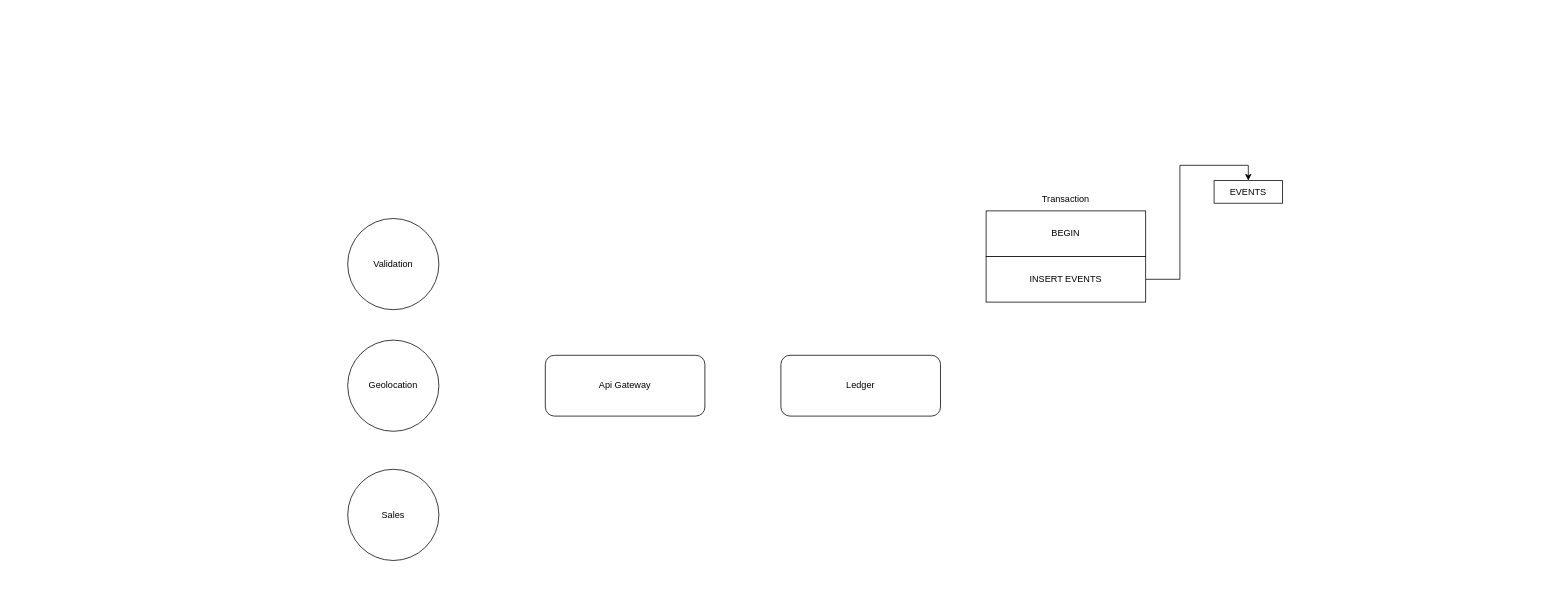
Above: Case Ledger Eventsourcing.drawio in andrelucasti/homelab (draw.io), before the change. Source tidied: cells renumbered, new cells numbered last; positions are measured from the earlier drawing's top-left corner, leaving out a move shared by most shapes. Both pictures are drawn from the tidied source at 76%, with x=0, y=0 at pixel (347, 180).
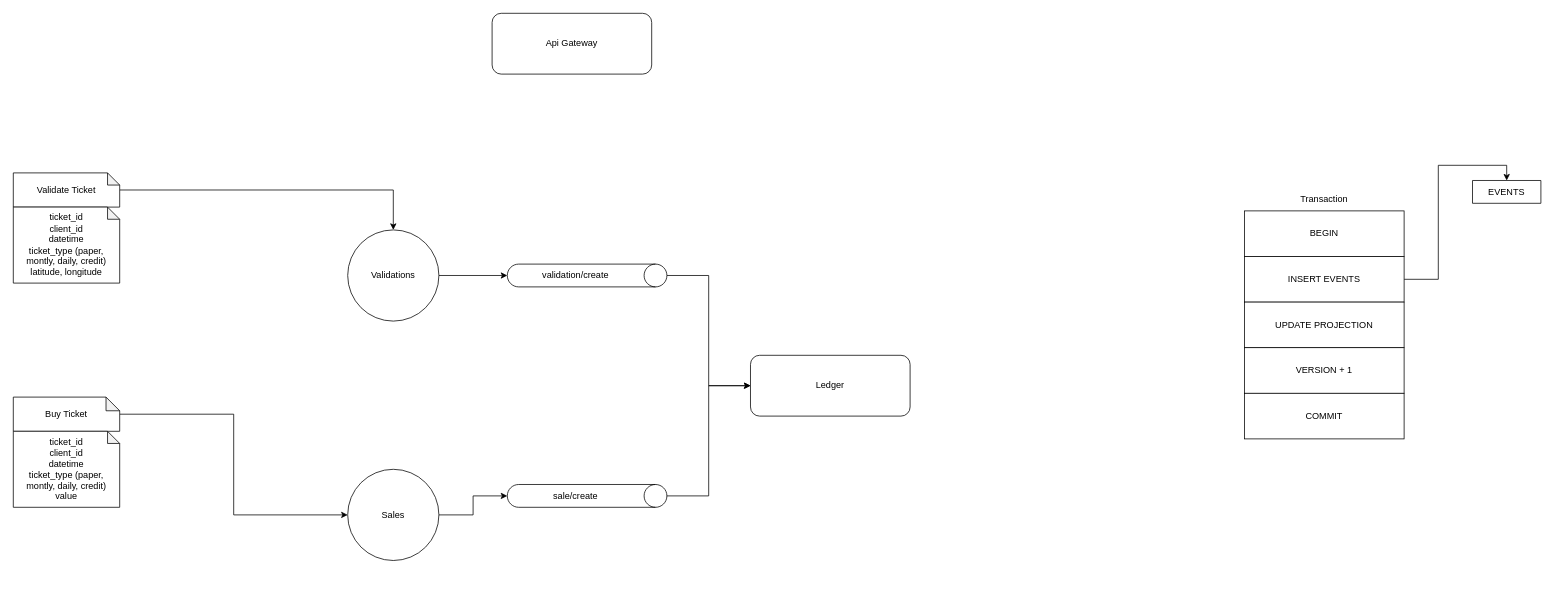
Above is the later version.

The change refers to these unchanged cells:
```xml
<mxCell id="4" value="Sales" style="ellipse;whiteSpace=wrap;html=1;shapeInside=1;" parent="1" vertex="1">
  <mxGeometry y="380" width="120" height="120" as="geometry" />
</mxCell>
```

Change to the diagram source:
```diff
@@
     <mxCell id="2" value="Ledger" style="rounded=1;whiteSpace=wrap;html=1;" parent="1" vertex="1">
-      <mxGeometry x="570" y="230" width="210" height="80" as="geometry" />
+      <mxGeometry x="530" y="230" width="210" height="80" as="geometry" />
     </mxCell>
     <mxCell id="3" value="Api Gateway" style="rounded=1;whiteSpace=wrap;html=1;" parent="1" vertex="1">
-      <mxGeometry x="260" y="230" width="210" height="80" as="geometry" />
+      <mxGeometry x="190" y="-220" width="210" height="80" as="geometry" />
     </mxCell>
+    <mxCell id="12" style="edgeStyle=orthogonalEdgeStyle;rounded=0;jettySize=auto;html=1;" parent="1" edge="1" source="4" target="28">
+      <mxGeometry relative="1" as="geometry" />
+    </mxCell>
@@
-    <mxCell id="5" value="Geolocation" style="ellipse;whiteSpace=wrap;html=1;shapeInside=1;" parent="1" vertex="1">
-      <mxGeometry y="210" width="120" height="120" as="geometry" />
-    </mxCell>
-    <mxCell id="6" value="Validation" style="ellipse;whiteSpace=wrap;html=1;shapeInside=1;" parent="1" vertex="1">
-      <mxGeometry y="50" width="120" height="120" as="geometry" />
+    <mxCell id="6" value="Validations" style="ellipse;whiteSpace=wrap;html=1;shapeInside=1;" parent="1" vertex="1">
+      <mxGeometry y="65" width="120" height="120" as="geometry" />
     </mxCell>
     <mxCell id="7" value="Transaction" style="text;html=1;whiteSpace=wrap;strokeColor=none;fillColor=none;align=center;verticalAlign=middle;rounded=0;" parent="1" vertex="1">
-      <mxGeometry x="865" y="10" width="160" height="30" as="geometry" />
+      <mxGeometry x="1205" y="10" width="160" height="30" as="geometry" />
     </mxCell>
@@
     <mxCell id="9" value="INSERT EVENTS" style="rounded=0;whiteSpace=wrap;html=1;" parent="1" vertex="1">
-      <mxGeometry x="840" y="100" width="210" height="60" as="geometry" />
+      <mxGeometry x="1180" y="100" width="210" height="60" as="geometry" />
     </mxCell>
     <mxCell id="10" value="BEGIN" style="rounded=0;whiteSpace=wrap;html=1;" parent="1" vertex="1">
-      <mxGeometry x="840" y="40" width="210" height="60" as="geometry" />
+      <mxGeometry x="1180" y="40" width="210" height="60" as="geometry" />
     </mxCell>
     <mxCell id="11" value="EVENTS" style="swimlane;fontStyle=0;horizontal=1;startSize=30;whiteSpace=wrap;html=1;" parent="1" vertex="1" collapsed="1">
-      <mxGeometry x="1140" width="90" height="30" as="geometry" />
+      <mxGeometry x="1480" width="90" height="30" as="geometry" />
     </mxCell>
+    <mxCell id="13" value="UPDATE PROJECTION" style="rounded=0;whiteSpace=wrap;html=1;" parent="1" vertex="1">
+      <mxGeometry x="1180" y="160" width="210" height="60" as="geometry" />
+    </mxCell>
+    <mxCell id="14" value="VERSION + 1" style="rounded=0;whiteSpace=wrap;html=1;" parent="1" vertex="1">
+      <mxGeometry x="1180" y="220" width="210" height="60" as="geometry" />
+    </mxCell>
+    <mxCell id="15" value="COMMIT" style="rounded=0;whiteSpace=wrap;html=1;" parent="1" vertex="1">
+      <mxGeometry x="1180" y="280" width="210" height="60" as="geometry" />
+    </mxCell>
+    <mxCell id="16" style="edgeStyle=orthogonalEdgeStyle;rounded=0;jettySize=auto;html=1;entryX=0;entryY=0.5;entryDx=0;entryDy=0;" parent="1" edge="1" source="25" target="2">
+      <mxGeometry relative="1" as="geometry" />
+    </mxCell>
+    <mxCell id="17" style="edgeStyle=orthogonalEdgeStyle;rounded=0;jettySize=auto;html=1;entryX=0.5;entryY=1;entryDx=0;entryDy=0;entryPerimeter=0;" parent="1" edge="1" source="6" target="25">
+      <mxGeometry relative="1" as="geometry" />
+    </mxCell>
+    <mxCell id="18" style="edgeStyle=orthogonalEdgeStyle;rounded=0;jettySize=auto;html=1;" parent="1" edge="1" source="19" target="6">
+      <mxGeometry relative="1" as="geometry" />
+    </mxCell>
+    <mxCell id="19" value="Validate Ticket" style="shape=note;whiteSpace=wrap;html=1;backgroundOutline=1;darkOpacity=0.05;align=center;size=16;" parent="1" vertex="1">
+      <mxGeometry x="-440" y="-10" width="140" height="45" as="geometry" />
+    </mxCell>
+    <mxCell id="20" style="edgeStyle=orthogonalEdgeStyle;rounded=0;jettySize=auto;html=1;entryX=0;entryY=0.5;entryDx=0;entryDy=0;" parent="1" edge="1" source="21" target="4">
+      <mxGeometry relative="1" as="geometry" />
+    </mxCell>
+    <mxCell id="21" value="Buy Ticket" style="shape=note;whiteSpace=wrap;html=1;backgroundOutline=1;darkOpacity=0.05;align=center;size=18;" parent="1" vertex="1">
+      <mxGeometry x="-440" y="285" width="140" height="45" as="geometry" />
+    </mxCell>
+    <mxCell id="22" value="ticket_id&lt;div&gt;client_id&lt;br&gt;&lt;div&gt;datetime&lt;/div&gt;&lt;div&gt;ticket_type (paper, montly, daily, credit)&lt;/div&gt;&lt;div&gt;latitude, longitude&lt;/div&gt;&lt;/div&gt;" style="shape=note;whiteSpace=wrap;html=1;backgroundOutline=1;darkOpacity=0.05;align=center;size=16;" parent="1" vertex="1">
+      <mxGeometry x="-440" y="35" width="140" height="100" as="geometry" />
+    </mxCell>
+    <mxCell id="23" value="ticket_id&lt;div&gt;client_id&lt;br&gt;&lt;div&gt;datetime&lt;/div&gt;&lt;div&gt;ticket_type (paper, montly, daily, credit)&lt;br&gt;&lt;/div&gt;&lt;div&gt;value&lt;/div&gt;&lt;/div&gt;" style="shape=note;whiteSpace=wrap;html=1;backgroundOutline=1;darkOpacity=0.05;align=center;size=16;" parent="1" vertex="1">
+      <mxGeometry x="-440" y="330" width="140" height="100" as="geometry" />
+    </mxCell>
+    <mxCell id="24" style="group;" parent="1" vertex="1">
+      <mxGeometry x="270" y="20" width="60" height="210" as="geometry" />
+    </mxCell>
+    <mxCell id="25" style="shape=cylinder3;whiteSpace=wrap;html=1;boundedLbl=1;backgroundOutline=1;size=15;rotation=90;" parent="24" vertex="1">
+      <mxGeometry x="30" width="30" height="210" as="geometry" />
+    </mxCell>
+    <mxCell id="26" value="validation/create" style="text;html=1;whiteSpace=wrap;strokeColor=none;fillColor=none;align=center;verticalAlign=middle;rounded=0;" parent="24" vertex="1">
+      <mxGeometry y="90" width="60" height="30" as="geometry" />
+    </mxCell>
+    <mxCell id="27" style="group;" parent="1" vertex="1">
+      <mxGeometry x="270" y="310" width="60" height="210" as="geometry" />
+    </mxCell>
+    <mxCell id="28" style="shape=cylinder3;whiteSpace=wrap;html=1;boundedLbl=1;backgroundOutline=1;size=15;rotation=90;" parent="27" vertex="1">
+      <mxGeometry x="30" width="30" height="210" as="geometry" />
+    </mxCell>
+    <mxCell id="29" value="sale/create" style="text;html=1;whiteSpace=wrap;strokeColor=none;fillColor=none;align=center;verticalAlign=middle;rounded=0;" parent="27" vertex="1">
+      <mxGeometry y="90" width="60" height="30" as="geometry" />
+    </mxCell>
+    <mxCell id="30" style="edgeStyle=orthogonalEdgeStyle;rounded=0;jettySize=auto;html=1;entryX=0;entryY=0.5;entryDx=0;entryDy=0;" parent="1" edge="1" source="28" target="2">
+      <mxGeometry relative="1" as="geometry" />
+    </mxCell>
```
